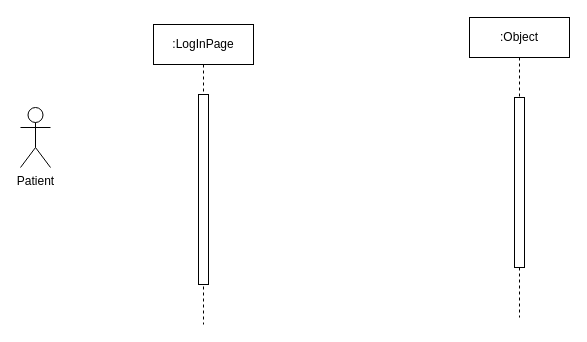
Earlier version of the draw.io diagram AmirWork/M2/Untitled Diagram.drawio (SENG-350-2024-fall/Team9). Source tidied: cells renumbered, new cells numbered last; positions are measured from the earlier drawing's top-left corner, leaving out a move shared by most shapes. Both pictures are drawn from the tidied source at 100%, with x=0, y=0 at pixel (20, 17).
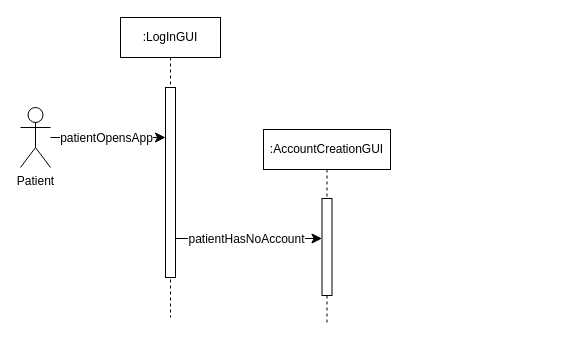
The same page after the edit.

Change to the diagram source:
```diff
@@
 <mxGraphModel background="#ffffff">
   <root>
     <mxCell id="0" />
     <mxCell id="1" parent="0" />
-    <mxCell id="2" value=":LogInPage" style="shape=umlLifeline;perimeter=lifelinePerimeter;whiteSpace=wrap;html=1;newEdgeStyle={&quot;edgeStyle&quot;:&quot;elbowEdgeStyle&quot;,&quot;elbow&quot;:&quot;vertical&quot;,&quot;curved&quot;:0,&quot;rounded&quot;:0};" parent="1" vertex="1">
-      <mxGeometry x="133" y="7" width="100" height="300" as="geometry" />
+    <mxCell id="2" value=":LogInGUI" style="shape=umlLifeline;perimeter=lifelinePerimeter;whiteSpace=wrap;html=1;newEdgeStyle={&quot;edgeStyle&quot;:&quot;elbowEdgeStyle&quot;,&quot;elbow&quot;:&quot;vertical&quot;,&quot;curved&quot;:0,&quot;rounded&quot;:0};" parent="1" vertex="1">
+      <mxGeometry x="100" width="100" height="300" as="geometry" />
     </mxCell>
     <mxCell id="3" style="html=1;points=[];perimeter=orthogonalPerimeter;outlineConnect=0;targetShapes=umlLifeline;portConstraint=eastwest;newEdgeStyle={&quot;edgeStyle&quot;:&quot;elbowEdgeStyle&quot;,&quot;elbow&quot;:&quot;vertical&quot;,&quot;curved&quot;:0,&quot;rounded&quot;:0};" parent="2" vertex="1">
       <mxGeometry x="45" y="70" width="10" height="190" as="geometry" />
     </mxCell>
-    <mxCell id="4" value=":Object" style="shape=umlLifeline;perimeter=lifelinePerimeter;whiteSpace=wrap;html=1;newEdgeStyle={&quot;edgeStyle&quot;:&quot;elbowEdgeStyle&quot;,&quot;elbow&quot;:&quot;vertical&quot;,&quot;curved&quot;:0,&quot;rounded&quot;:0};" parent="1" vertex="1">
-      <mxGeometry x="449" width="100" height="300" as="geometry" />
+    <mxCell id="4" value=":AccountCreationGUI" style="shape=umlLifeline;perimeter=lifelinePerimeter;whiteSpace=wrap;html=1;newEdgeStyle={&quot;edgeStyle&quot;:&quot;elbowEdgeStyle&quot;,&quot;elbow&quot;:&quot;vertical&quot;,&quot;curved&quot;:0,&quot;rounded&quot;:0};" parent="1" vertex="1">
+      <mxGeometry x="243" y="112" width="127" height="193" as="geometry" />
     </mxCell>
     <mxCell id="5" style="html=1;points=[];perimeter=orthogonalPerimeter;outlineConnect=0;targetShapes=umlLifeline;portConstraint=eastwest;newEdgeStyle={&quot;edgeStyle&quot;:&quot;elbowEdgeStyle&quot;,&quot;elbow&quot;:&quot;vertical&quot;,&quot;curved&quot;:0,&quot;rounded&quot;:0};" parent="4" vertex="1">
-      <mxGeometry x="45" y="80" width="10" height="170" as="geometry" />
+      <mxGeometry x="58.5" y="69" width="10" height="97" as="geometry" />
     </mxCell>
+    <mxCell id="7" style="edgeStyle=none;curved=1;rounded=0;jettySize=auto;html=1;fontSize=12;startSize=8;endSize=8;" parent="1" edge="1" source="6" target="3">
+      <mxGeometry relative="1" as="geometry" />
+    </mxCell>
+    <mxCell id="8" value="patientOpensApp" style="edgeLabel;html=1;align=center;verticalAlign=middle;fontSize=12;" parent="7" vertex="1">
+      <mxGeometry x="0.08" y="2" relative="1" as="geometry">
+        <mxPoint x="-7" y="2" as="offset" />
+      </mxGeometry>
+    </mxCell>
     <mxCell id="6" value="Patient" style="shape=umlActor;verticalLabelPosition=bottom;verticalAlign=top;html=1;outlineConnect=0;" parent="1" vertex="1">
       <mxGeometry y="90" width="30" height="60" as="geometry" />
     </mxCell>
+    <mxCell id="9" style="edgeStyle=elbowEdgeStyle;curved=0;rounded=0;jettySize=auto;html=1;elbow=vertical;fontSize=12;startSize=8;endSize=8;" parent="1" edge="1" source="3" target="5">
+      <mxGeometry relative="1" as="geometry" />
+    </mxCell>
+    <mxCell id="10" value="patientHasNoAccount" style="edgeLabel;html=1;align=center;verticalAlign=middle;fontSize=12;" parent="9" vertex="1">
+      <mxGeometry x="0.12" y="1" relative="1" as="geometry">
+        <mxPoint x="-12" y="1" as="offset" />
+      </mxGeometry>
+    </mxCell>
   </root>
 </mxGraphModel>
```
